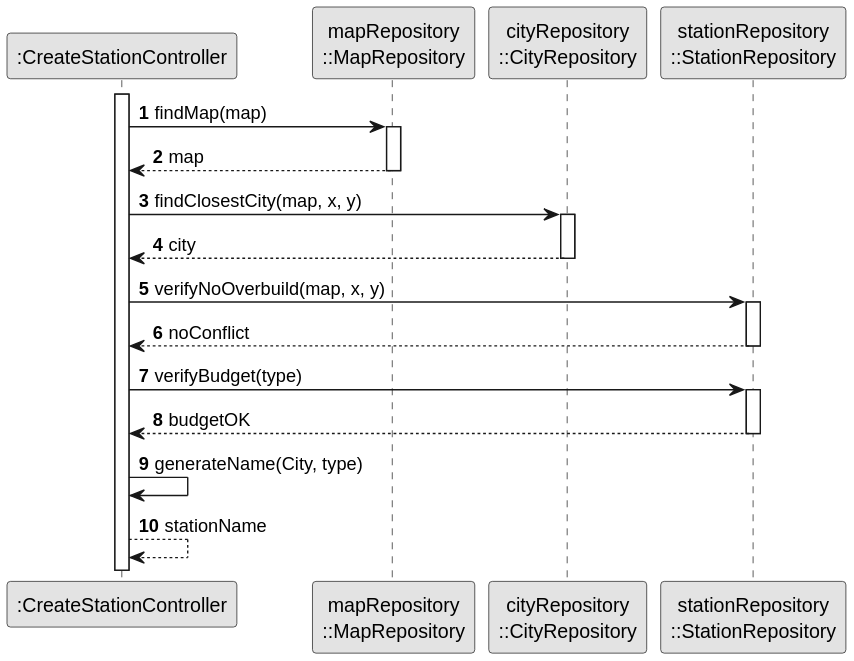
Above: docs/system-documentation/US005/03.design/svg/US005-SD-validateAndName.svg in goncalolopesp/sem2-pi-24.25-g093-repo (PlantUML), before the change.
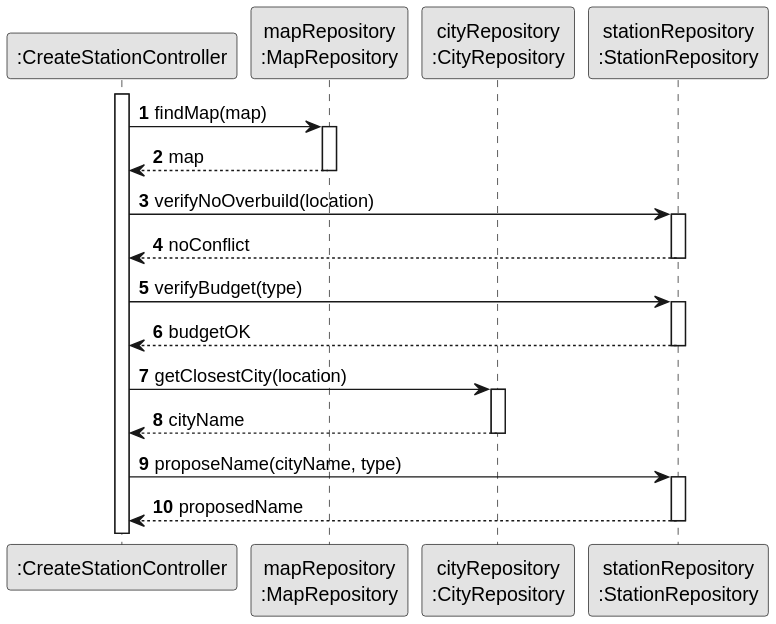
After the commit.

Change to the diagram source:
```diff
@@ -4,33 +4,35 @@
 skinparam shadowing false
 
 autonumber
-participant ":CreateStationController" as BuildController
-participant "mapRepository\n::MapRepository" as MapRepo
-participant "cityRepository\n::CityRepository" as CityRepo
-participant "stationRepository\n::StationRepository" as StationRepo
+participant ":CreateStationController" as CreateStationController
+participant "mapRepository\n:MapRepository" as MapRepository
+participant "cityRepository\n:CityRepository" as CityRepository
+participant "stationRepository\n:StationRepository" as StationRepository
 
-activate BuildController
+activate CreateStationController
 
-BuildController -> MapRepo : findMap(map)
-activate MapRepo
-MapRepo --> BuildController : map
-deactivate MapRepo
+CreateStationController -> MapRepository : findMap(map)
+activate MapRepository
+MapRepository --> CreateStationController : map
+deactivate MapRepository
 
-BuildController -> CityRepo : findClosestCity(map, x, y)
-activate CityRepo
-CityRepo --> BuildController : city
-deactivate CityRepo
+CreateStationController -> StationRepository : verifyNoOverbuild(location)
+activate StationRepository
+StationRepository --> CreateStationController : noConflict
+deactivate StationRepository
 
-BuildController -> StationRepo : verifyNoOverbuild(map, x, y)
-activate StationRepo
-StationRepo --> BuildController : noConflict
-deactivate StationRepo
+CreateStationController -> StationRepository : verifyBudget(type)
+activate StationRepository
+StationRepository --> CreateStationController : budgetOK
+deactivate StationRepository
 
-BuildController -> StationRepo : verifyBudget(type)
-activate StationRepo
-StationRepo --> BuildController : budgetOK
-deactivate StationRepo
+CreateStationController -> CityRepository : getClosestCity(location)
+activate CityRepository
+CityRepository --> CreateStationController : cityName
+deactivate CityRepository
 
-BuildController -> BuildController : generateName(City, type)
-BuildController --> BuildController : stationName
+CreateStationController -> StationRepository : proposeName(cityName, type)
+activate StationRepository
+StationRepository --> CreateStationController : proposedName
+deactivate StationRepository
 @enduml
```
